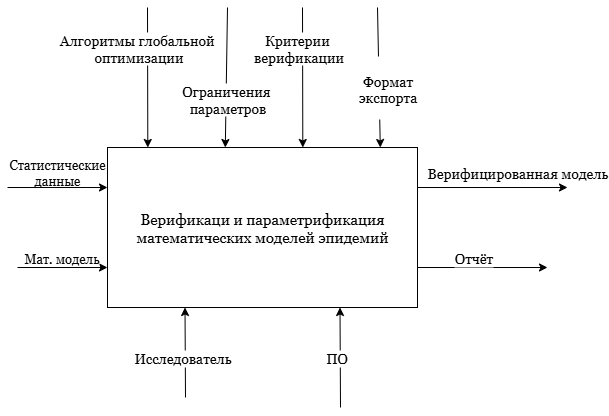
This is Diagrams/idef0.drawio.png from Anerisse/Epid_Model, a draw.io export, as it was before one commit. Source tidied: cells renumbered, new cells last; positions are measured from the earlier drawing's top-left corner, leaving out a move shared by most shapes.
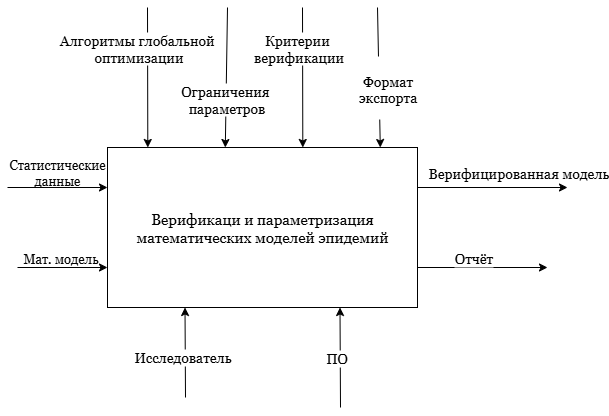
The same file after the commit.

Commit message:
Configure PostgreSQL connection via Docker

What changed in the source:
```diff
@@ -2,7 +2,7 @@
   <root>
     <mxCell id="0" />
     <mxCell id="1" parent="0" />
-    <mxCell id="2" value="&lt;font style=&quot;font-size: 15px;&quot;&gt;Верификаци и параметрификация математических моделей эпидемий&lt;/font&gt;" style="rounded=0;whiteSpace=wrap;html=1;fontSize=13;fontFamily=Georgia;horizontal=1;points=[[0,0,0,0,0],[0,0.25,0,0,0],[0,0.5,0,0,0],[0,0.75,0,0,0],[0,1,0,0,0],[0.13,0,0,0,0],[0.25,0,0,0,0],[0.25,1,0,0,0],[0.38,0,0,0,0],[0.5,0,0,0,0],[0.5,1,0,0,0],[0.63,0,0,0,0],[0.75,0,0,0,0],[0.75,1,0,0,0],[0.88,0,0,0,0],[1,0,0,0,0],[1,0.25,0,0,0],[1,0.5,0,0,0],[1,0.75,0,0,0],[1,1,0,0,0]];" parent="1" vertex="1">
+    <mxCell id="2" value="&lt;font style=&quot;font-size: 15px;&quot;&gt;Верификаци и параметризация математических моделей эпидемий&lt;/font&gt;" style="rounded=0;whiteSpace=wrap;html=1;fontSize=13;fontFamily=Georgia;horizontal=1;points=[[0,0,0,0,0],[0,0.25,0,0,0],[0,0.5,0,0,0],[0,0.75,0,0,0],[0,1,0,0,0],[0.13,0,0,0,0],[0.25,0,0,0,0],[0.25,1,0,0,0],[0.38,0,0,0,0],[0.5,0,0,0,0],[0.5,1,0,0,0],[0.63,0,0,0,0],[0.75,0,0,0,0],[0.75,1,0,0,0],[0.88,0,0,0,0],[1,0,0,0,0],[1,0.25,0,0,0],[1,0.5,0,0,0],[1,0.75,0,0,0],[1,1,0,0,0]];" parent="1" vertex="1">
       <mxGeometry x="100" y="140" width="310" height="160" as="geometry" />
     </mxCell>
     <mxCell id="3" style="endArrow=classic;html=1;rounded=0;entryX=0;entryY=0.25;entryDx=0;entryDy=0;fontSize=13;fontFamily=Georgia;horizontal=1;" parent="1" edge="1" target="2">
```
